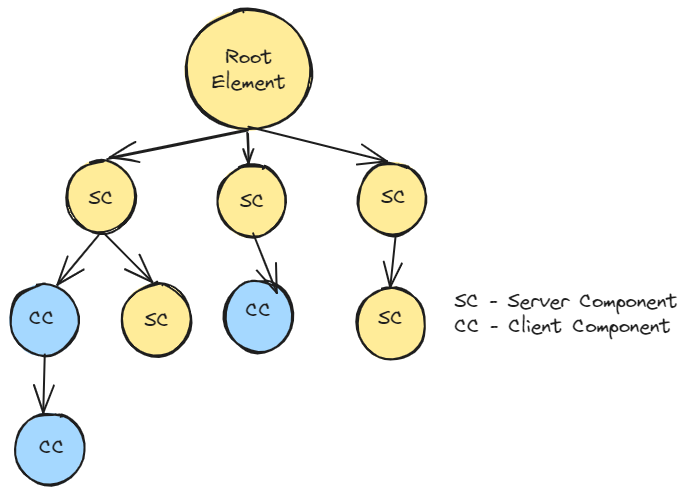
Before: static/img/react-component-tree.excalidraw.png, a diagram exported from Excalidraw (swaroopar/inprogress-engineer). Source tidied: one line per element, renumbered; positions are measured from the earlier drawing's top-left corner, leaving out a move shared by most shapes. The source it was exported from:
```json
{"id": 0, "type": "ellipse", "strokeColor": "#1e1e1e", "backgroundColor": "#ffec99", "fillStyle": "solid", "strokeWidth": 2, "roughness": 1, "round": true, "x": 176, "y": 0, "width": 126, "height": 120}
{"id": 1, "type": "text", "text": "Root\nElement", "strokeColor": "#1e1e1e", "strokeWidth": 2, "roughness": 1, "fontSize": 20, "fontFamily": 1, "textAlign": "center", "verticalAlign": "middle", "inside": 0, "x": 202, "y": 35, "width": 74, "height": 50}
{"id": 2, "type": "ellipse", "strokeColor": "#1e1e1e", "backgroundColor": "#ffec99", "fillStyle": "solid", "strokeWidth": 2, "roughness": 1, "round": true, "x": 57, "y": 151, "width": 68, "height": 72}
{"id": 3, "type": "ellipse", "strokeColor": "#1e1e1e", "backgroundColor": "#ffec99", "fillStyle": "solid", "strokeWidth": 2, "roughness": 1, "round": true, "x": 348, "y": 153, "width": 68, "height": 72}
{"id": 4, "type": "ellipse", "strokeColor": "#1e1e1e", "backgroundColor": "#ffec99", "fillStyle": "solid", "strokeWidth": 2, "roughness": 1, "round": true, "x": 207, "y": 155, "width": 68, "height": 72}
{"id": 5, "type": "ellipse", "strokeColor": "#1e1e1e", "backgroundColor": "#a5d8ff", "fillStyle": "solid", "strokeWidth": 2, "roughness": 1, "round": true, "x": 0, "y": 274, "width": 68, "height": 72}
{"id": 6, "type": "ellipse", "strokeColor": "#1e1e1e", "backgroundColor": "#ffec99", "fillStyle": "solid", "strokeWidth": 2, "roughness": 1, "round": true, "x": 113, "y": 274, "width": 68, "height": 72}
{"id": 7, "type": "ellipse", "strokeColor": "#1e1e1e", "backgroundColor": "#ffec99", "fillStyle": "solid", "strokeWidth": 2, "roughness": 1, "round": true, "x": 347, "y": 278, "width": 68, "height": 72}
{"id": 8, "type": "ellipse", "strokeColor": "#1e1e1e", "backgroundColor": "#a5d8ff", "fillStyle": "solid", "strokeWidth": 2, "roughness": 1, "round": true, "x": 214, "y": 270, "width": 68, "height": 72}
{"id": 9, "type": "arrow", "strokeColor": "#1e1e1e", "backgroundColor": "#a5d8ff", "fillStyle": "solid", "strokeWidth": 2, "roughness": 1, "endArrowhead": "arrow", "round": true, "from": 0, "to": 2, "x": 237, "y": 120, "width": 139, "height": 28, "points": [[0, 0], [-139, 28]]}
{"id": 10, "type": "arrow", "strokeColor": "#1e1e1e", "backgroundColor": "#a5d8ff", "fillStyle": "solid", "strokeWidth": 2, "roughness": 1, "endArrowhead": "arrow", "round": true, "from": 0, "to": 4, "x": 238, "y": 123, "width": 0, "height": 29, "points": [[0, 0], [0, 29]]}
{"id": 11, "type": "arrow", "strokeColor": "#1e1e1e", "backgroundColor": "#a5d8ff", "fillStyle": "solid", "strokeWidth": 2, "roughness": 0, "endArrowhead": "arrow", "round": true, "to": 3, "x": 239, "y": 117, "width": 138, "height": 35, "points": [[0, 0], [138, 35]]}
{"id": 12, "type": "arrow", "strokeColor": "#1e1e1e", "backgroundColor": "#a5d8ff", "fillStyle": "solid", "strokeWidth": 2, "roughness": 0, "endArrowhead": "arrow", "round": true, "from": 2, "to": 5, "x": 89, "y": 225, "width": 41, "height": 49, "points": [[0, 0], [-41, 49]]}
{"id": 13, "type": "arrow", "strokeColor": "#1e1e1e", "backgroundColor": "#a5d8ff", "fillStyle": "solid", "strokeWidth": 2, "roughness": 0, "endArrowhead": "arrow", "round": true, "from": 2, "to": 6, "x": 93, "y": 223, "width": 49, "height": 49, "points": [[0, 0], [49, 49]]}
{"id": 14, "type": "arrow", "strokeColor": "#1e1e1e", "backgroundColor": "#a5d8ff", "fillStyle": "solid", "strokeWidth": 2, "roughness": 0, "endArrowhead": "arrow", "round": true, "to": 22, "x": 243, "y": 223, "width": 24, "height": 60, "points": [[0, 0], [24, 60]]}
{"id": 15, "type": "arrow", "strokeColor": "#1e1e1e", "backgroundColor": "#a5d8ff", "fillStyle": "solid", "strokeWidth": 2, "roughness": 0, "endArrowhead": "arrow", "round": true, "to": 7, "x": 386, "y": 225, "width": 6, "height": 53, "points": [[0, 0], [-6, 53]]}
{"id": 16, "type": "text", "text": "\nSC", "strokeColor": "#1e1e1e", "backgroundColor": "#a5d8ff", "fillStyle": "solid", "strokeWidth": 2, "roughness": 0, "fontSize": 20, "fontFamily": 1, "x": 79, "y": 151, "width": 25, "height": 50}
{"id": 17, "type": "text", "text": "\nSC", "strokeColor": "#1e1e1e", "backgroundColor": "#a5d8ff", "fillStyle": "solid", "strokeWidth": 2, "roughness": 0, "fontSize": 20, "fontFamily": 1, "x": 230, "y": 154, "width": 25, "height": 50}
{"id": 18, "type": "text", "text": "\nSC", "strokeColor": "#1e1e1e", "backgroundColor": "#a5d8ff", "fillStyle": "solid", "strokeWidth": 2, "roughness": 0, "fontSize": 20, "fontFamily": 1, "x": 371, "y": 150, "width": 25, "height": 50}
{"id": 19, "type": "text", "text": "\nSC", "strokeColor": "#1e1e1e", "backgroundColor": "#a5d8ff", "fillStyle": "solid", "strokeWidth": 2, "roughness": 0, "fontSize": 20, "fontFamily": 1, "x": 368, "y": 271, "width": 25, "height": 50}
{"id": 20, "type": "text", "text": "\nSC", "strokeColor": "#1e1e1e", "backgroundColor": "#a5d8ff", "fillStyle": "solid", "strokeWidth": 2, "roughness": 0, "fontSize": 20, "fontFamily": 1, "x": 134, "y": 273, "width": 25, "height": 50}
{"id": 21, "type": "text", "text": "CC", "strokeColor": "#1e1e1e", "backgroundColor": "#a5d8ff", "fillStyle": "solid", "strokeWidth": 2, "roughness": 0, "fontSize": 20, "fontFamily": 1, "x": 19, "y": 296, "width": 26, "height": 25}
{"id": 22, "type": "text", "text": "CC", "strokeColor": "#1e1e1e", "backgroundColor": "#a5d8ff", "fillStyle": "solid", "strokeWidth": 2, "roughness": 0, "fontSize": 20, "fontFamily": 1, "x": 236, "y": 288, "width": 26, "height": 25}
{"id": 23, "type": "text", "text": "SC - Server Component\nCC - Client Component", "strokeColor": "#1e1e1e", "backgroundColor": "#a5d8ff", "fillStyle": "solid", "strokeWidth": 2, "roughness": 0, "fontSize": 20, "fontFamily": 1, "x": 444, "y": 279, "width": 223, "height": 50}
{"id": 24, "type": "ellipse", "strokeColor": "#1e1e1e", "backgroundColor": "#a5d8ff", "fillStyle": "solid", "strokeWidth": 2, "roughness": 1, "round": true, "x": 5, "y": 403, "width": 68, "height": 72}
{"id": 25, "type": "arrow", "strokeColor": "#1e1e1e", "backgroundColor": "#a5d8ff", "fillStyle": "solid", "strokeWidth": 2, "roughness": 0, "endArrowhead": "arrow", "round": true, "to": 24, "x": 35, "y": 345, "width": 1, "height": 58, "points": [[0, 0], [-1, 58]]}
{"id": 26, "type": "text", "text": "CC", "strokeColor": "#1e1e1e", "backgroundColor": "#a5d8ff", "fillStyle": "solid", "strokeWidth": 2, "roughness": 0, "fontSize": 20, "fontFamily": 1, "x": 29, "y": 425, "width": 26, "height": 25}
```
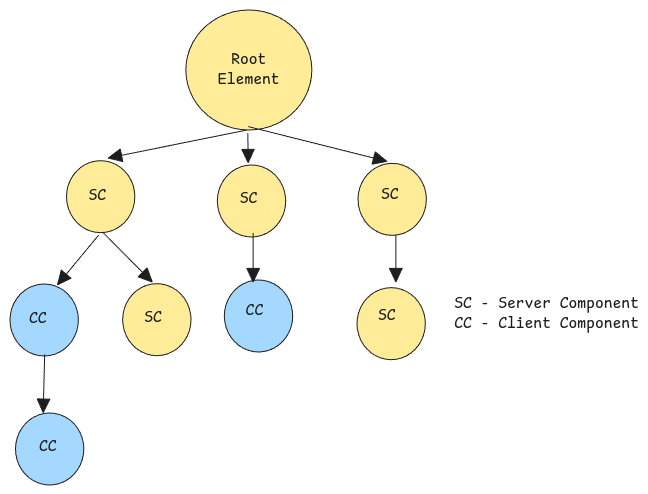
The same diagram one commit later.

The edit, as a diff of the source:
```diff
@@ -1,27 +1,27 @@
-{"id": 0, "type": "ellipse", "strokeColor": "#1e1e1e", "backgroundColor": "#ffec99", "fillStyle": "solid", "strokeWidth": 2, "roughness": 1, "round": true, "x": 176, "y": 0, "width": 126, "height": 120}
+{"id": 0, "type": "ellipse", "strokeColor": "#1e1e1e", "backgroundColor": "#ffec99", "fillStyle": "solid", "strokeWidth": 1, "roughness": 0, "round": true, "x": 176, "y": 0, "width": 126, "height": 120}
-{"id": 1, "type": "text", "text": "Root\nElement", "strokeColor": "#1e1e1e", "strokeWidth": 2, "roughness": 1, "fontSize": 20, "fontFamily": 1, "textAlign": "center", "verticalAlign": "middle", "inside": 0, "x": 202, "y": 35, "width": 74, "height": 50}
+{"id": 1, "type": "text", "text": "Root\nElement", "strokeColor": "#1e1e1e", "strokeWidth": 2, "roughness": 1, "fontSize": 16, "fontFamily": 8, "textAlign": "center", "verticalAlign": "middle", "inside": 0, "x": 208, "y": 40, "width": 62, "height": 40}
-{"id": 2, "type": "ellipse", "strokeColor": "#1e1e1e", "backgroundColor": "#ffec99", "fillStyle": "solid", "strokeWidth": 2, "roughness": 1, "round": true, "x": 57, "y": 151, "width": 68, "height": 72}
+{"id": 2, "type": "ellipse", "strokeColor": "#1e1e1e", "backgroundColor": "#ffec99", "fillStyle": "solid", "strokeWidth": 1, "roughness": 0, "round": true, "x": 57, "y": 151, "width": 68, "height": 72}
-{"id": 3, "type": "ellipse", "strokeColor": "#1e1e1e", "backgroundColor": "#ffec99", "fillStyle": "solid", "strokeWidth": 2, "roughness": 1, "round": true, "x": 348, "y": 153, "width": 68, "height": 72}
+{"id": 3, "type": "ellipse", "strokeColor": "#1e1e1e", "backgroundColor": "#ffec99", "fillStyle": "solid", "strokeWidth": 1, "roughness": 0, "round": true, "x": 348, "y": 153, "width": 68, "height": 72}
-{"id": 4, "type": "ellipse", "strokeColor": "#1e1e1e", "backgroundColor": "#ffec99", "fillStyle": "solid", "strokeWidth": 2, "roughness": 1, "round": true, "x": 207, "y": 155, "width": 68, "height": 72}
+{"id": 4, "type": "ellipse", "strokeColor": "#1e1e1e", "backgroundColor": "#ffec99", "fillStyle": "solid", "strokeWidth": 1, "roughness": 0, "round": true, "x": 207, "y": 155, "width": 68, "height": 72}
-{"id": 5, "type": "ellipse", "strokeColor": "#1e1e1e", "backgroundColor": "#a5d8ff", "fillStyle": "solid", "strokeWidth": 2, "roughness": 1, "round": true, "x": 0, "y": 274, "width": 68, "height": 72}
+{"id": 5, "type": "ellipse", "strokeColor": "#1e1e1e", "backgroundColor": "#a5d8ff", "fillStyle": "solid", "strokeWidth": 1, "roughness": 0, "round": true, "x": 0, "y": 274, "width": 68, "height": 72}
-{"id": 6, "type": "ellipse", "strokeColor": "#1e1e1e", "backgroundColor": "#ffec99", "fillStyle": "solid", "strokeWidth": 2, "roughness": 1, "round": true, "x": 113, "y": 274, "width": 68, "height": 72}
+{"id": 6, "type": "ellipse", "strokeColor": "#1e1e1e", "backgroundColor": "#ffec99", "fillStyle": "solid", "strokeWidth": 1, "roughness": 0, "round": true, "x": 113, "y": 274, "width": 68, "height": 72}
-{"id": 7, "type": "ellipse", "strokeColor": "#1e1e1e", "backgroundColor": "#ffec99", "fillStyle": "solid", "strokeWidth": 2, "roughness": 1, "round": true, "x": 347, "y": 278, "width": 68, "height": 72}
+{"id": 7, "type": "ellipse", "strokeColor": "#1e1e1e", "backgroundColor": "#ffec99", "fillStyle": "solid", "strokeWidth": 1, "roughness": 0, "round": true, "x": 347, "y": 278, "width": 68, "height": 72}
-{"id": 8, "type": "ellipse", "strokeColor": "#1e1e1e", "backgroundColor": "#a5d8ff", "fillStyle": "solid", "strokeWidth": 2, "roughness": 1, "round": true, "x": 214, "y": 270, "width": 68, "height": 72}
+{"id": 8, "type": "ellipse", "strokeColor": "#1e1e1e", "backgroundColor": "#a5d8ff", "fillStyle": "solid", "strokeWidth": 1, "roughness": 0, "round": true, "x": 214, "y": 270, "width": 68, "height": 72}
-{"id": 9, "type": "arrow", "strokeColor": "#1e1e1e", "backgroundColor": "#a5d8ff", "fillStyle": "solid", "strokeWidth": 2, "roughness": 1, "endArrowhead": "arrow", "round": true, "from": 0, "to": 2, "x": 237, "y": 120, "width": 139, "height": 28, "points": [[0, 0], [-139, 28]]}
+{"id": 9, "type": "arrow", "strokeColor": "#1e1e1e", "backgroundColor": "#a5d8ff", "fillStyle": "solid", "strokeWidth": 1, "roughness": 0, "endArrowhead": "triangle", "round": true, "from": 0, "to": 2, "x": 237, "y": 120, "width": 139, "height": 28, "points": [[0, 0], [-139, 28]]}
-{"id": 10, "type": "arrow", "strokeColor": "#1e1e1e", "backgroundColor": "#a5d8ff", "fillStyle": "solid", "strokeWidth": 2, "roughness": 1, "endArrowhead": "arrow", "round": true, "from": 0, "to": 4, "x": 238, "y": 123, "width": 0, "height": 29, "points": [[0, 0], [0, 29]]}
+{"id": 10, "type": "arrow", "strokeColor": "#1e1e1e", "backgroundColor": "#a5d8ff", "fillStyle": "solid", "strokeWidth": 1, "roughness": 0, "endArrowhead": "triangle", "round": true, "from": 0, "to": 4, "x": 238, "y": 123, "width": 0, "height": 29, "points": [[0, 0], [0, 29]]}
-{"id": 11, "type": "arrow", "strokeColor": "#1e1e1e", "backgroundColor": "#a5d8ff", "fillStyle": "solid", "strokeWidth": 2, "roughness": 0, "endArrowhead": "arrow", "round": true, "to": 3, "x": 239, "y": 117, "width": 138, "height": 35, "points": [[0, 0], [138, 35]]}
+{"id": 11, "type": "arrow", "strokeColor": "#1e1e1e", "backgroundColor": "#a5d8ff", "fillStyle": "solid", "strokeWidth": 1, "roughness": 0, "endArrowhead": "triangle", "round": true, "to": 3, "x": 239, "y": 117, "width": 138, "height": 35, "points": [[0, 0], [138, 35]]}
-{"id": 12, "type": "arrow", "strokeColor": "#1e1e1e", "backgroundColor": "#a5d8ff", "fillStyle": "solid", "strokeWidth": 2, "roughness": 0, "endArrowhead": "arrow", "round": true, "from": 2, "to": 5, "x": 89, "y": 225, "width": 41, "height": 49, "points": [[0, 0], [-41, 49]]}
+{"id": 12, "type": "arrow", "strokeColor": "#1e1e1e", "backgroundColor": "#a5d8ff", "fillStyle": "solid", "strokeWidth": 1, "roughness": 0, "endArrowhead": "triangle", "round": true, "from": 2, "to": 5, "x": 89, "y": 225, "width": 41, "height": 49, "points": [[0, 0], [-41, 49]]}
-{"id": 13, "type": "arrow", "strokeColor": "#1e1e1e", "backgroundColor": "#a5d8ff", "fillStyle": "solid", "strokeWidth": 2, "roughness": 0, "endArrowhead": "arrow", "round": true, "from": 2, "to": 6, "x": 93, "y": 223, "width": 49, "height": 49, "points": [[0, 0], [49, 49]]}
+{"id": 13, "type": "arrow", "strokeColor": "#1e1e1e", "backgroundColor": "#a5d8ff", "fillStyle": "solid", "strokeWidth": 1, "roughness": 0, "endArrowhead": "triangle", "round": true, "from": 2, "to": 6, "x": 93, "y": 223, "width": 49, "height": 49, "points": [[0, 0], [49, 49]]}
-{"id": 14, "type": "arrow", "strokeColor": "#1e1e1e", "backgroundColor": "#a5d8ff", "fillStyle": "solid", "strokeWidth": 2, "roughness": 0, "endArrowhead": "arrow", "round": true, "to": 22, "x": 243, "y": 223, "width": 24, "height": 60, "points": [[0, 0], [24, 60]]}
+{"id": 14, "type": "arrow", "strokeColor": "#1e1e1e", "backgroundColor": "#a5d8ff", "fillStyle": "solid", "strokeWidth": 1, "roughness": 0, "endArrowhead": "triangle", "round": true, "from": 4, "x": 243, "y": 223, "width": 0, "height": 49, "points": [[0, 0], [0, 49]]}
-{"id": 15, "type": "arrow", "strokeColor": "#1e1e1e", "backgroundColor": "#a5d8ff", "fillStyle": "solid", "strokeWidth": 2, "roughness": 0, "endArrowhead": "arrow", "round": true, "to": 7, "x": 386, "y": 225, "width": 6, "height": 53, "points": [[0, 0], [-6, 53]]}
+{"id": 15, "type": "arrow", "strokeColor": "#1e1e1e", "backgroundColor": "#a5d8ff", "fillStyle": "solid", "strokeWidth": 1, "roughness": 0, "endArrowhead": "triangle", "round": true, "from": 3, "x": 386, "y": 225, "width": 0, "height": 47, "points": [[0, 0], [0, 47]]}
-{"id": 16, "type": "text", "text": "\nSC", "strokeColor": "#1e1e1e", "backgroundColor": "#a5d8ff", "fillStyle": "solid", "strokeWidth": 2, "roughness": 0, "fontSize": 20, "fontFamily": 1, "x": 79, "y": 151, "width": 25, "height": 50}
+{"id": 16, "type": "text", "text": "\nSC", "strokeColor": "#1e1e1e", "backgroundColor": "#a5d8ff", "fillStyle": "solid", "strokeWidth": 1, "roughness": 0, "fontSize": 16, "fontFamily": 8, "x": 79, "y": 156, "width": 18, "height": 40}
-{"id": 17, "type": "text", "text": "\nSC", "strokeColor": "#1e1e1e", "backgroundColor": "#a5d8ff", "fillStyle": "solid", "strokeWidth": 2, "roughness": 0, "fontSize": 20, "fontFamily": 1, "x": 230, "y": 154, "width": 25, "height": 50}
+{"id": 17, "type": "text", "text": "\nSC", "strokeColor": "#1e1e1e", "backgroundColor": "#a5d8ff", "fillStyle": "solid", "strokeWidth": 1, "roughness": 0, "fontSize": 16, "fontFamily": 8, "x": 230, "y": 159, "width": 18, "height": 40}
-{"id": 18, "type": "text", "text": "\nSC", "strokeColor": "#1e1e1e", "backgroundColor": "#a5d8ff", "fillStyle": "solid", "strokeWidth": 2, "roughness": 0, "fontSize": 20, "fontFamily": 1, "x": 371, "y": 150, "width": 25, "height": 50}
+{"id": 18, "type": "text", "text": "\nSC", "strokeColor": "#1e1e1e", "backgroundColor": "#a5d8ff", "fillStyle": "solid", "strokeWidth": 1, "roughness": 0, "fontSize": 16, "fontFamily": 8, "x": 371, "y": 155, "width": 18, "height": 40}
-{"id": 19, "type": "text", "text": "\nSC", "strokeColor": "#1e1e1e", "backgroundColor": "#a5d8ff", "fillStyle": "solid", "strokeWidth": 2, "roughness": 0, "fontSize": 20, "fontFamily": 1, "x": 368, "y": 271, "width": 25, "height": 50}
+{"id": 19, "type": "text", "text": "\nSC", "strokeColor": "#1e1e1e", "backgroundColor": "#a5d8ff", "fillStyle": "solid", "strokeWidth": 1, "roughness": 0, "fontSize": 16, "fontFamily": 8, "x": 368, "y": 276, "width": 18, "height": 40}
-{"id": 20, "type": "text", "text": "\nSC", "strokeColor": "#1e1e1e", "backgroundColor": "#a5d8ff", "fillStyle": "solid", "strokeWidth": 2, "roughness": 0, "fontSize": 20, "fontFamily": 1, "x": 134, "y": 273, "width": 25, "height": 50}
+{"id": 20, "type": "text", "text": "\nSC", "strokeColor": "#1e1e1e", "backgroundColor": "#a5d8ff", "fillStyle": "solid", "strokeWidth": 1, "roughness": 0, "fontSize": 16, "fontFamily": 8, "x": 134, "y": 278, "width": 18, "height": 40}
-{"id": 21, "type": "text", "text": "CC", "strokeColor": "#1e1e1e", "backgroundColor": "#a5d8ff", "fillStyle": "solid", "strokeWidth": 2, "roughness": 0, "fontSize": 20, "fontFamily": 1, "x": 19, "y": 296, "width": 26, "height": 25}
+{"id": 21, "type": "text", "text": "CC", "strokeColor": "#1e1e1e", "backgroundColor": "#a5d8ff", "fillStyle": "solid", "strokeWidth": 1, "roughness": 0, "fontSize": 16, "fontFamily": 8, "x": 19, "y": 299, "width": 18, "height": 20}
-{"id": 22, "type": "text", "text": "CC", "strokeColor": "#1e1e1e", "backgroundColor": "#a5d8ff", "fillStyle": "solid", "strokeWidth": 2, "roughness": 0, "fontSize": 20, "fontFamily": 1, "x": 236, "y": 288, "width": 26, "height": 25}
+{"id": 22, "type": "text", "text": "CC", "strokeColor": "#1e1e1e", "backgroundColor": "#a5d8ff", "fillStyle": "solid", "strokeWidth": 1, "roughness": 0, "fontSize": 16, "fontFamily": 8, "x": 236, "y": 291, "width": 18, "height": 20}
-{"id": 23, "type": "text", "text": "SC - Server Component\nCC - Client Component", "strokeColor": "#1e1e1e", "backgroundColor": "#a5d8ff", "fillStyle": "solid", "strokeWidth": 2, "roughness": 0, "fontSize": 20, "fontFamily": 1, "x": 444, "y": 279, "width": 223, "height": 50}
+{"id": 23, "type": "text", "text": "SC - Server Component\nCC - Client Component", "strokeColor": "#1e1e1e", "backgroundColor": "#a5d8ff", "fillStyle": "solid", "strokeWidth": 1, "roughness": 0, "fontSize": 16, "fontFamily": 8, "x": 444, "y": 284, "width": 185, "height": 40}
-{"id": 24, "type": "ellipse", "strokeColor": "#1e1e1e", "backgroundColor": "#a5d8ff", "fillStyle": "solid", "strokeWidth": 2, "roughness": 1, "round": true, "x": 5, "y": 403, "width": 68, "height": 72}
+{"id": 24, "type": "ellipse", "strokeColor": "#1e1e1e", "backgroundColor": "#a5d8ff", "fillStyle": "solid", "strokeWidth": 1, "roughness": 0, "round": true, "x": 5, "y": 403, "width": 68, "height": 72}
-{"id": 25, "type": "arrow", "strokeColor": "#1e1e1e", "backgroundColor": "#a5d8ff", "fillStyle": "solid", "strokeWidth": 2, "roughness": 0, "endArrowhead": "arrow", "round": true, "to": 24, "x": 35, "y": 345, "width": 1, "height": 58, "points": [[0, 0], [-1, 58]]}
+{"id": 25, "type": "arrow", "strokeColor": "#1e1e1e", "backgroundColor": "#a5d8ff", "fillStyle": "solid", "strokeWidth": 1, "roughness": 0, "endArrowhead": "triangle", "round": true, "to": 24, "x": 35, "y": 345, "width": 1, "height": 58, "points": [[0, 0], [-1, 58]]}
-{"id": 26, "type": "text", "text": "CC", "strokeColor": "#1e1e1e", "backgroundColor": "#a5d8ff", "fillStyle": "solid", "strokeWidth": 2, "roughness": 0, "fontSize": 20, "fontFamily": 1, "x": 29, "y": 425, "width": 26, "height": 25}
+{"id": 26, "type": "text", "text": "CC", "strokeColor": "#1e1e1e", "backgroundColor": "#a5d8ff", "fillStyle": "solid", "strokeWidth": 1, "roughness": 0, "fontSize": 16, "fontFamily": 8, "x": 29, "y": 427, "width": 18, "height": 20}
```
